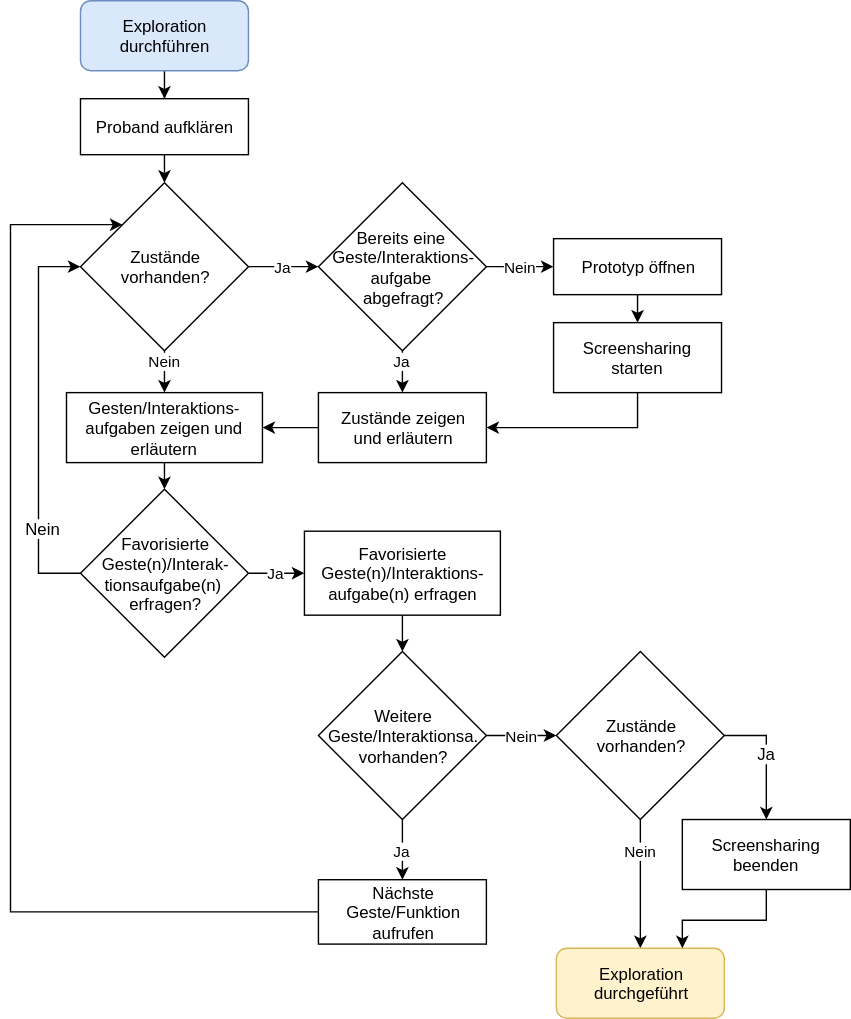
danielkuenkel/gesturenote keeps this draw.io diagram as img/de/introduction/study-preview/exploration.svg. Above is the earlier version. Source tidied: cells renumbered, new cells last; positions are measured from the earlier drawing's top-left corner, leaving out a move shared by most shapes.
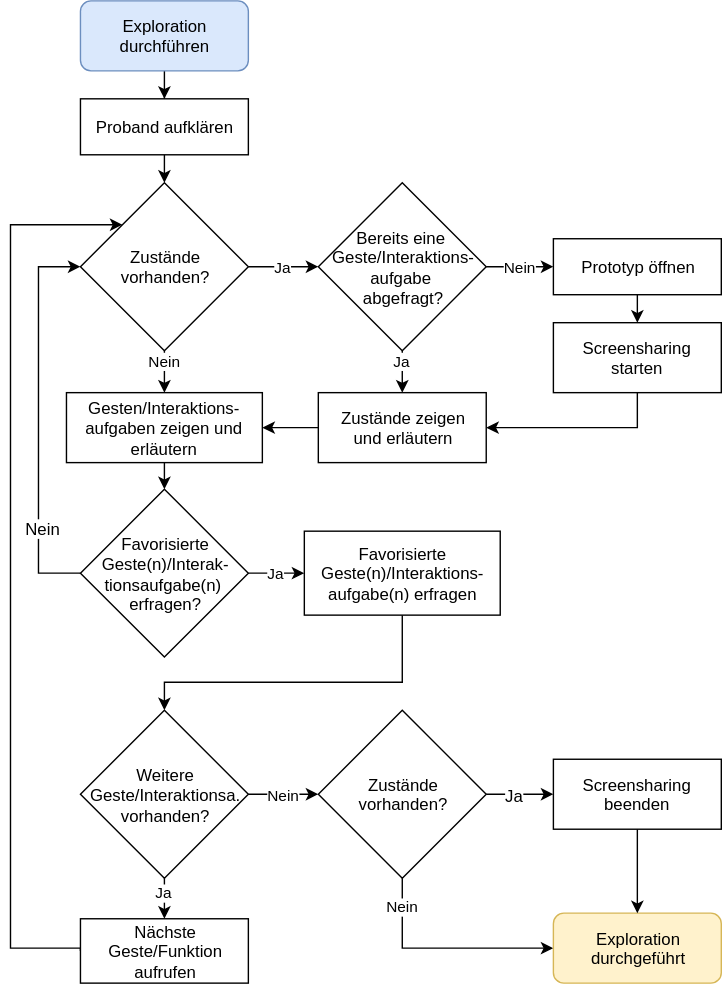
Later version of the same file.

Change to the diagram source:
```diff
@@ -42,7 +42,12 @@
       <mxGeometry x="220" y="280" width="120" height="50" as="geometry" />
     </mxCell>
     <mxCell id="15" style="edgeStyle=orthogonalEdgeStyle;rounded=0;html=1;exitX=0.5;exitY=1;entryX=0.5;entryY=0;jettySize=auto;strokeColor=#000000;" parent="1" edge="1" source="16" target="19">
-      <mxGeometry relative="1" as="geometry" />
+      <mxGeometry relative="1" as="geometry">
+        <Array as="points">
+          <mxPoint x="280" y="487" />
+          <mxPoint x="110" y="487" />
+        </Array>
+      </mxGeometry>
     </mxCell>
     <mxCell id="16" value="Favorisierte&lt;div&gt;Geste(n)/Interaktions-&lt;/div&gt;&lt;div&gt;aufgabe(n) erfragen&lt;/div&gt;" style="rounded=0;whiteSpace=wrap;html=1;" parent="1" vertex="1">
       <mxGeometry x="210" y="379" width="140" height="60" as="geometry" />
@@ -50,50 +55,50 @@
     <mxCell id="17" value="Nein" style="edgeStyle=orthogonalEdgeStyle;rounded=0;comic=0;html=1;exitX=1;exitY=0.5;entryX=0;entryY=0.5;shadow=0;jettySize=auto;" parent="1" edge="1" source="19" target="23">
       <mxGeometry relative="1" as="geometry" />
     </mxCell>
-    <mxCell id="18" value="Ja" style="edgeStyle=orthogonalEdgeStyle;rounded=0;comic=0;html=1;exitX=0.5;exitY=1;shadow=0;jettySize=auto;" parent="1" edge="1" source="19" target="28">
-      <mxGeometry relative="1" as="geometry" />
+    <mxCell id="18" value="Ja" style="edgeStyle=orthogonalEdgeStyle;rounded=0;comic=0;html=1;exitX=0.5;exitY=1;shadow=0;jettySize=auto;entryX=0.5;entryY=0;" parent="1" edge="1" source="19" target="28">
+      <mxGeometry x="-0.31" relative="1" as="geometry">
+        <Array as="points">
+          <mxPoint x="110" y="656" />
+          <mxPoint x="110" y="656" />
+        </Array>
+      </mxGeometry>
     </mxCell>
     <mxCell id="19" value="Weitere&lt;div&gt;Geste/Interaktionsa.&lt;/div&gt;&lt;div&gt;vorhanden?&lt;/div&gt;" style="rhombus;whiteSpace=wrap;html=1;" parent="1" vertex="1">
-      <mxGeometry x="220" y="465" width="120" height="120" as="geometry" />
+      <mxGeometry x="50" y="507" width="120" height="120" as="geometry" />
     </mxCell>
-    <mxCell id="20" value="Nein" style="edgeStyle=orthogonalEdgeStyle;rounded=0;comic=0;html=1;exitX=0.5;exitY=1;entryX=0.5;entryY=0;shadow=0;jettySize=auto;" parent="1" edge="1" source="23" target="24">
-      <mxGeometry x="-0.52" relative="1" as="geometry" />
+    <mxCell id="20" value="Nein" style="edgeStyle=orthogonalEdgeStyle;rounded=0;comic=0;html=1;exitX=0.5;exitY=1;entryX=0;entryY=0.5;shadow=0;jettySize=auto;" parent="1" edge="1" source="23" target="24">
+      <mxGeometry x="-0.75" relative="1" as="geometry" />
     </mxCell>
     <mxCell id="21" style="edgeStyle=orthogonalEdgeStyle;rounded=0;html=1;exitX=1;exitY=0.5;jettySize=auto;strokeColor=#000000;" parent="1" edge="1" source="23" target="26">
       <mxGeometry relative="1" as="geometry" />
     </mxCell>
     <mxCell id="22" value="Ja" style="text;html=1;align=center;verticalAlign=middle;labelBackgroundColor=#ffffff;" parent="21" vertex="1">
       <mxGeometry x="-0.41" y="-18" relative="1" as="geometry">
-        <mxPoint x="4" y="-6" as="offset" />
+        <mxPoint x="6" y="-18" as="offset" />
       </mxGeometry>
     </mxCell>
     <mxCell id="23" value="Zustände&lt;div&gt;vorhanden?&lt;/div&gt;" style="rhombus;whiteSpace=wrap;html=1;" parent="1" vertex="1">
-      <mxGeometry x="390" y="465" width="120" height="120" as="geometry" />
+      <mxGeometry x="220" y="507" width="120" height="120" as="geometry" />
     </mxCell>
     <mxCell id="24" value="Exploration&lt;div&gt;durchgeführt&lt;/div&gt;" style="rounded=1;whiteSpace=wrap;html=1;fillColor=#fff2cc;strokeColor=#d6b656;" parent="1" vertex="1">
-      <mxGeometry x="390" y="677" width="120" height="50" as="geometry" />
+      <mxGeometry x="388" y="652" width="120" height="50" as="geometry" />
     </mxCell>
-    <mxCell id="25" style="edgeStyle=orthogonalEdgeStyle;rounded=0;comic=0;html=1;exitX=0.5;exitY=1;entryX=0.75;entryY=0;shadow=0;jettySize=auto;" parent="1" edge="1" source="26" target="24">
-      <mxGeometry relative="1" as="geometry">
-        <Array as="points">
-          <mxPoint x="540" y="657" />
-          <mxPoint x="480" y="657" />
-        </Array>
-      </mxGeometry>
+    <mxCell id="25" style="edgeStyle=orthogonalEdgeStyle;rounded=0;html=1;exitX=0.5;exitY=1;jettySize=auto;" parent="1" edge="1" source="26" target="24">
+      <mxGeometry relative="1" as="geometry" />
     </mxCell>
     <mxCell id="26" value="Screensharing beenden" style="rounded=0;whiteSpace=wrap;html=1;" parent="1" vertex="1">
-      <mxGeometry x="480" y="585" width="120" height="50" as="geometry" />
+      <mxGeometry x="388" y="542" width="120" height="50" as="geometry" />
     </mxCell>
     <mxCell id="27" style="edgeStyle=orthogonalEdgeStyle;rounded=0;comic=0;html=1;exitX=0;exitY=0.5;entryX=0;entryY=0;shadow=0;jettySize=auto;" parent="1" edge="1" source="28" target="8">
       <mxGeometry relative="1" as="geometry">
         <Array as="points">
-          <mxPoint y="651" />
+          <mxPoint y="677" />
           <mxPoint y="160" />
         </Array>
       </mxGeometry>
     </mxCell>
     <mxCell id="28" value="Nächste&lt;div&gt;Geste/Funktion&lt;div&gt;aufrufen&lt;/div&gt;&lt;/div&gt;" style="rounded=0;whiteSpace=wrap;html=1;" parent="1" vertex="1">
-      <mxGeometry x="220" y="628" width="120" height="46" as="geometry" />
+      <mxGeometry x="50" y="656" width="120" height="46" as="geometry" />
     </mxCell>
     <mxCell id="29" value="Nein" style="edgeStyle=orthogonalEdgeStyle;rounded=0;comic=0;html=1;exitX=1;exitY=0.5;entryX=0;entryY=0.5;shadow=0;jettySize=auto;" parent="1" edge="1" source="31" target="10">
       <mxGeometry relative="1" as="geometry" />
```
